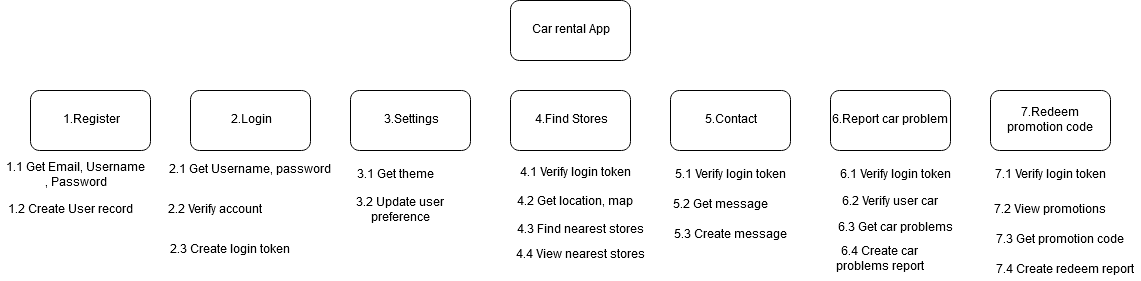
Above: functionaldecomposition.png in ICT-Mahidol/2019-ITCS371-2-ORgates (draw.io), before the change. Source tidied: cells renumbered, new cells last; positions are measured from the earlier drawing's top-left corner, leaving out a move shared by most shapes.
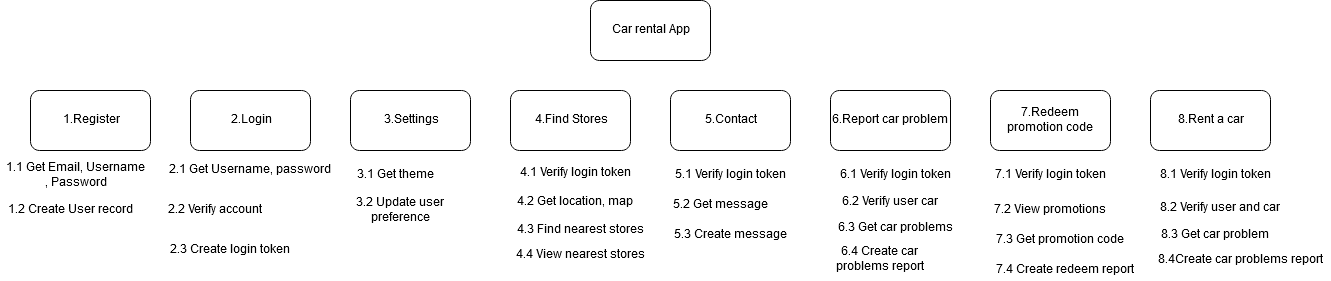
After the commit.

Diff of the diagram source:
```diff
@@ -3,7 +3,7 @@
     <mxCell id="0" />
     <mxCell id="1" parent="0" />
     <mxCell id="2" value="Car rental App" style="rounded=1;whiteSpace=wrap;html=1;" parent="1" vertex="1">
-      <mxGeometry x="510" width="120" height="60" as="geometry" />
+      <mxGeometry x="590" width="120" height="60" as="geometry" />
     </mxCell>
     <mxCell id="3" value="2.Login" style="rounded=1;whiteSpace=wrap;html=1;" parent="1" vertex="1">
       <mxGeometry x="190" y="90" width="120" height="60" as="geometry" />
@@ -92,5 +92,20 @@
     <mxCell id="31" value="7.4 Create redeem report" style="text;html=1;align=center;verticalAlign=middle;" parent="1" vertex="1">
       <mxGeometry x="990" y="260" width="150" height="20" as="geometry" />
     </mxCell>
+    <mxCell id="32" value="8.Rent a car" style="rounded=1;whiteSpace=wrap;html=1;" parent="1" vertex="1">
+      <mxGeometry x="1150" y="90" width="120" height="60" as="geometry" />
+    </mxCell>
+    <mxCell id="33" value="&lt;div&gt;8.1 Verify login token&lt;/div&gt;" style="text;html=1;align=center;verticalAlign=middle;" parent="1" vertex="1">
+      <mxGeometry x="1150" y="165" width="130" height="20" as="geometry" />
+    </mxCell>
+    <mxCell id="34" value="8.2 Verify user and car" style="text;html=1;align=center;verticalAlign=middle;" parent="1" vertex="1">
+      <mxGeometry x="1150" y="198" width="140" height="20" as="geometry" />
+    </mxCell>
+    <mxCell id="35" value="8.3 Get car problem" style="text;html=1;align=center;verticalAlign=middle;" parent="1" vertex="1">
+      <mxGeometry x="1155" y="224.5" width="120" height="20" as="geometry" />
+    </mxCell>
+    <mxCell id="36" value="8.4Create car problems report" style="text;html=1;align=center;verticalAlign=middle;" parent="1" vertex="1">
+      <mxGeometry x="1150" y="249.5" width="180" height="20" as="geometry" />
+    </mxCell>
   </root>
 </mxGraphModel>
```
